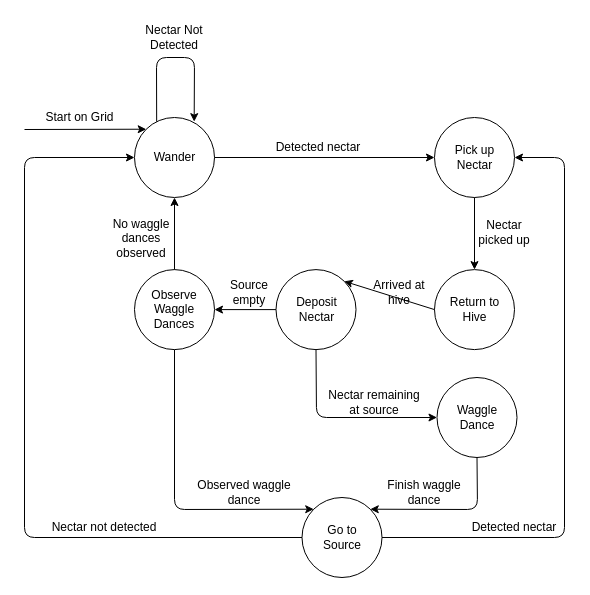
The draw.io diagram Finite State Machine.drawio in benwingerter/bee-simulation, before the edit. Source tidied: cells renumbered, new cells numbered last; positions are measured from the earlier drawing's top-left corner, leaving out a move shared by most shapes. Both pictures are drawn from the tidied source at 100%, with x=0, y=0 at pixel (24, 17).
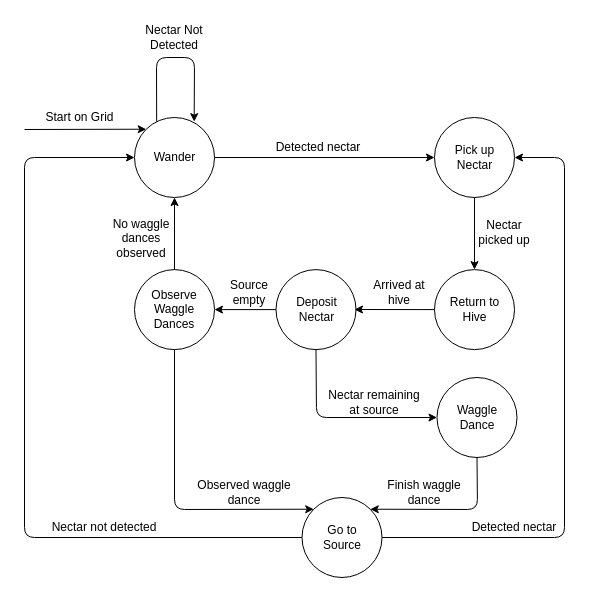
After the change.

Unchanged cells that the change refers to:
```xml
<mxCell id="7" style="ellipse;whiteSpace=wrap;html=1;" parent="6" vertex="1">
  <mxGeometry width="80" height="80" as="geometry" />
</mxCell>
<mxCell id="11" style="ellipse;whiteSpace=wrap;html=1;" parent="10" vertex="1">
  <mxGeometry width="80" height="80" as="geometry" />
</mxCell>
```

The edit, as a diff of the source:
```diff
@@
-    <mxCell id="37" style="endArrow=classic;html=1;entryX=1;entryY=0;entryDx=0;entryDy=0;exitX=0;exitY=0.5;exitDx=0;exitDy=0;" parent="1" edge="1" source="7" target="11">
-      <mxGeometry relative="1" as="geometry" />
+    <mxCell id="37" style="endArrow=classic;html=1;exitX=0;exitY=0.5;exitDx=0;exitDy=0;" parent="1" edge="1" source="7">
+      <mxGeometry relative="1" as="geometry">
+        <mxPoint x="330" y="292" as="targetPoint" />
+      </mxGeometry>
     </mxCell>
```
